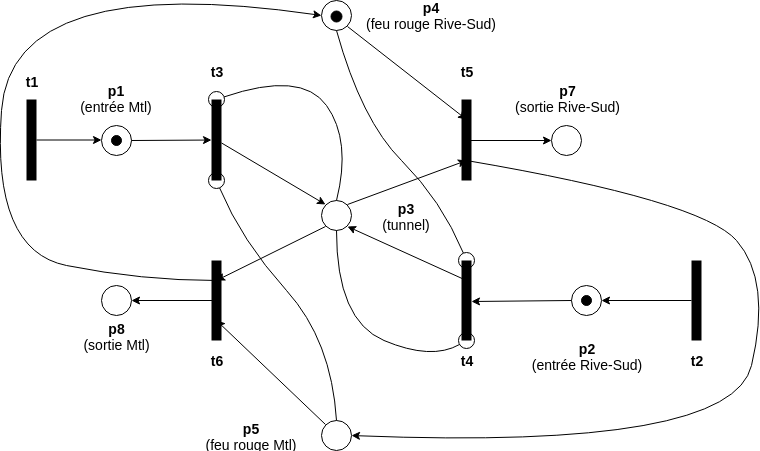
This is petri.png from ToastedPotato/GenieKek, a draw.io export, as it was before one commit. Source tidied: cells renumbered, new cells last; positions are measured from the earlier drawing's top-left corner, leaving out a move shared by most shapes.
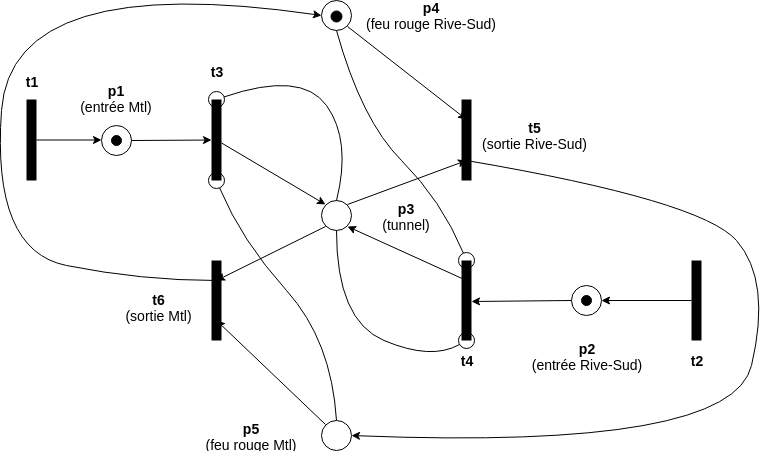
Above is the later version.

Commit message:
optimization du réseau de petri

Diff of the diagram source:
```diff
@@ -8,15 +8,9 @@
     <mxCell id="3" style="ellipse;whiteSpace=wrap;html=1;" parent="1" vertex="1">
       <mxGeometry x="330" y="230" width="30" height="30" as="geometry" />
     </mxCell>
-    <mxCell id="4" style="ellipse;whiteSpace=wrap;html=1;" parent="1" vertex="1">
-      <mxGeometry x="560" y="155" width="30" height="30" as="geometry" />
-    </mxCell>
     <mxCell id="5" style="ellipse;whiteSpace=wrap;html=1;" parent="1" vertex="1">
       <mxGeometry x="330" y="30" width="30" height="30" as="geometry" />
     </mxCell>
-    <mxCell id="6" style="ellipse;whiteSpace=wrap;html=1;" parent="1" vertex="1">
-      <mxGeometry x="110" y="315" width="30" height="30" as="geometry" />
-    </mxCell>
     <mxCell id="7" style="ellipse;whiteSpace=wrap;html=1;" parent="1" vertex="1">
       <mxGeometry x="580" y="315" width="30" height="30" as="geometry" />
     </mxCell>
@@ -59,19 +53,9 @@
     <mxCell id="20" style="endArrow=classic;html=1;entryX=0.25;entryY=0.5;entryDx=0;entryDy=0;entryPerimeter=0;exitX=1;exitY=1;exitDx=0;exitDy=0;" parent="1" edge="1" source="5" target="10">
       <mxGeometry relative="1" as="geometry" />
     </mxCell>
-    <mxCell id="21" style="endArrow=classic;html=1;entryX=0;entryY=0.5;entryDx=0;entryDy=0;" parent="1" edge="1" target="4">
-      <mxGeometry relative="1" as="geometry">
-        <mxPoint x="477" y="170" as="sourcePoint" />
-      </mxGeometry>
-    </mxCell>
     <mxCell id="22" style="ellipse;whiteSpace=wrap;html=1;" parent="1" vertex="1">
       <mxGeometry x="330" y="450" width="30" height="30" as="geometry" />
     </mxCell>
-    <mxCell id="23" style="endArrow=classic;html=1;entryX=1;entryY=0.5;entryDx=0;entryDy=0;" parent="1" edge="1" target="6">
-      <mxGeometry relative="1" as="geometry">
-        <mxPoint x="222" y="330" as="sourcePoint" />
-      </mxGeometry>
-    </mxCell>
     <mxCell id="24" style="endArrow=classic;html=1;exitX=0;exitY=0.5;exitDx=0;exitDy=0;" parent="1" edge="1" source="7">
       <mxGeometry relative="1" as="geometry">
         <mxPoint x="480" y="331" as="targetPoint" />
@@ -139,18 +123,12 @@
     <mxCell id="34" value="&lt;b&gt;&lt;font style=&quot;font-size: 14px&quot;&gt;t3&lt;/font&gt;&lt;/b&gt;" style="text;html=1;strokeColor=none;fillColor=none;align=center;verticalAlign=middle;whiteSpace=wrap;rounded=0;" parent="1" vertex="1">
       <mxGeometry x="205" y="91" width="40" height="20" as="geometry" />
     </mxCell>
-    <mxCell id="35" value="&lt;b&gt;&lt;font style=&quot;font-size: 14px&quot;&gt;t5&lt;/font&gt;&lt;/b&gt;" style="text;html=1;strokeColor=none;fillColor=none;align=center;verticalAlign=middle;whiteSpace=wrap;rounded=0;" parent="1" vertex="1">
-      <mxGeometry x="455" y="91" width="40" height="20" as="geometry" />
-    </mxCell>
     <mxCell id="36" value="&lt;b&gt;&lt;font style=&quot;font-size: 14px&quot;&gt;t2&lt;/font&gt;&lt;/b&gt;" style="text;html=1;strokeColor=none;fillColor=none;align=center;verticalAlign=middle;whiteSpace=wrap;rounded=0;" parent="1" vertex="1">
       <mxGeometry x="685" y="380" width="40" height="20" as="geometry" />
     </mxCell>
     <mxCell id="37" value="&lt;b&gt;&lt;font style=&quot;font-size: 14px&quot;&gt;t4&lt;/font&gt;&lt;/b&gt;" style="text;html=1;strokeColor=none;fillColor=none;align=center;verticalAlign=middle;whiteSpace=wrap;rounded=0;" parent="1" vertex="1">
       <mxGeometry x="455" y="380" width="40" height="20" as="geometry" />
     </mxCell>
-    <mxCell id="38" value="&lt;b&gt;&lt;font style=&quot;font-size: 14px&quot;&gt;t6&lt;/font&gt;&lt;/b&gt;" style="text;html=1;strokeColor=none;fillColor=none;align=center;verticalAlign=middle;whiteSpace=wrap;rounded=0;" parent="1" vertex="1">
-      <mxGeometry x="205" y="380" width="40" height="20" as="geometry" />
-    </mxCell>
     <mxCell id="39" value="&lt;font style=&quot;font-size: 14px&quot;&gt;&lt;b&gt;p1&lt;/b&gt;&lt;br&gt;(entrée Mtl)&lt;br&gt;&lt;/font&gt;" style="text;html=1;strokeColor=none;fillColor=none;align=center;verticalAlign=middle;whiteSpace=wrap;rounded=0;" parent="1" vertex="1">
       <mxGeometry x="85" y="113" width="80" height="29" as="geometry" />
     </mxCell>
@@ -160,11 +138,11 @@
     <mxCell id="41" value="&lt;font style=&quot;font-size: 14px&quot;&gt;&lt;b&gt;p3&lt;/b&gt;&lt;br&gt;(tunnel)&lt;br&gt;&lt;/font&gt;" style="text;html=1;strokeColor=none;fillColor=none;align=center;verticalAlign=middle;whiteSpace=wrap;rounded=0;" parent="1" vertex="1">
       <mxGeometry x="375" y="231" width="80" height="29" as="geometry" />
     </mxCell>
-    <mxCell id="42" value="&lt;font style=&quot;font-size: 14px&quot;&gt;&lt;b&gt;p7&lt;/b&gt;&lt;br&gt;(sortie Rive-Sud)&lt;br&gt;&lt;/font&gt;" style="text;html=1;strokeColor=none;fillColor=none;align=center;verticalAlign=middle;whiteSpace=wrap;rounded=0;" parent="1" vertex="1">
-      <mxGeometry x="517.5" y="113" width="115" height="29" as="geometry" />
+    <mxCell id="42" value="&lt;font style=&quot;font-size: 14px&quot;&gt;&lt;b&gt;t5&lt;/b&gt;&lt;br&gt;(sortie Rive-Sud)&lt;br&gt;&lt;/font&gt;" style="text;html=1;strokeColor=none;fillColor=none;align=center;verticalAlign=middle;whiteSpace=wrap;rounded=0;" parent="1" vertex="1">
+      <mxGeometry x="485" y="150.5" width="115" height="29" as="geometry" />
     </mxCell>
-    <mxCell id="43" value="&lt;font style=&quot;font-size: 14px&quot;&gt;&lt;b&gt;p8&lt;/b&gt;&lt;br&gt;(sortie Mtl)&lt;br&gt;&lt;/font&gt;" style="text;html=1;strokeColor=none;fillColor=none;align=center;verticalAlign=middle;whiteSpace=wrap;rounded=0;" parent="1" vertex="1">
-      <mxGeometry x="87.5" y="351" width="75" height="29" as="geometry" />
+    <mxCell id="43" value="&lt;font style=&quot;font-size: 14px&quot;&gt;&lt;b&gt;t6&lt;/b&gt;&lt;br&gt;(sortie Mtl)&lt;br&gt;&lt;/font&gt;" style="text;html=1;strokeColor=none;fillColor=none;align=center;verticalAlign=middle;whiteSpace=wrap;rounded=0;" parent="1" vertex="1">
+      <mxGeometry x="130" y="322" width="75" height="29" as="geometry" />
     </mxCell>
     <mxCell id="44" value="&lt;font style=&quot;font-size: 14px&quot;&gt;&lt;b&gt;p5&lt;/b&gt;&lt;br&gt;(feu rouge Mtl)&lt;br&gt;&lt;/font&gt;" style="text;html=1;strokeColor=none;fillColor=none;align=center;verticalAlign=middle;whiteSpace=wrap;rounded=0;" parent="1" vertex="1">
       <mxGeometry x="200" y="451" width="120" height="29" as="geometry" />
```
